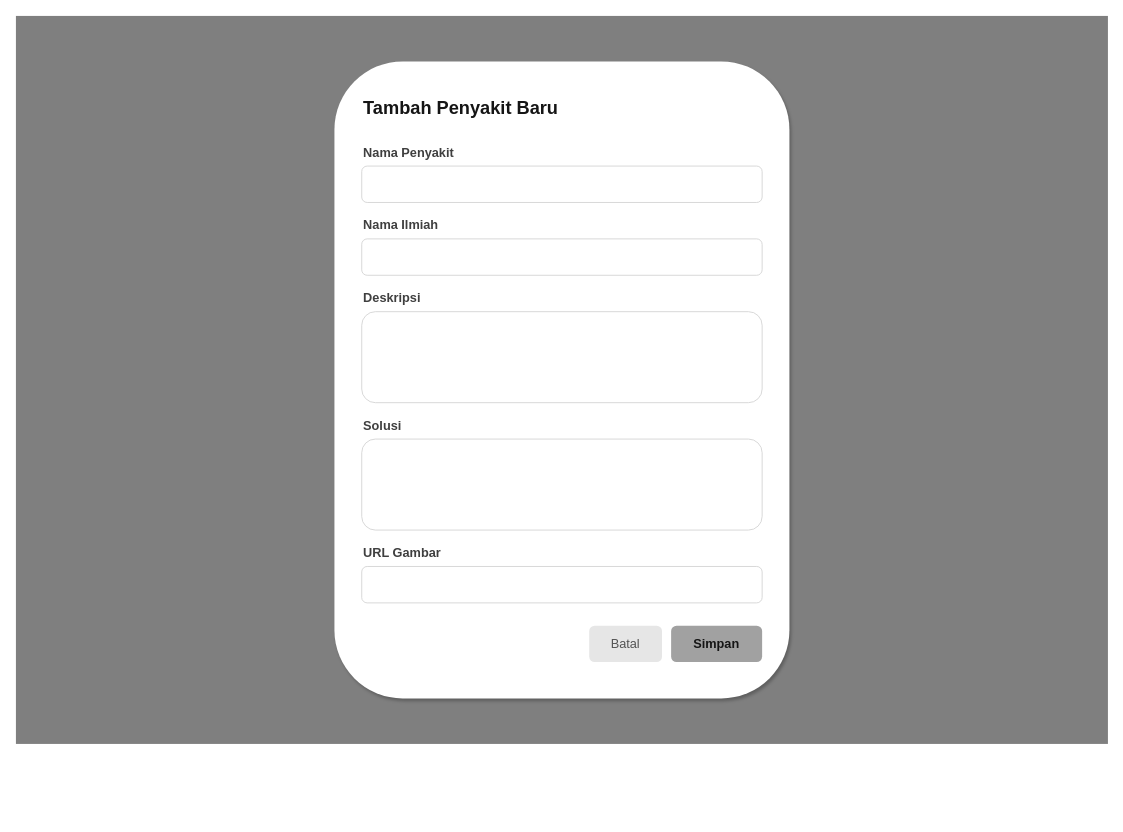
RajaSunrise/kangkungku keeps this draw.io diagram as diagram/desain_backup/admin-tambah-penyakit.drawio. Above is the earlier version. Source tidied: cells renumbered, new cells numbered last; positions are measured from the earlier drawing's top-left corner, leaving out a move shared by most shapes. Both pictures are drawn from the tidied source at 91%, with x=0, y=0 at pixel (15, 15).
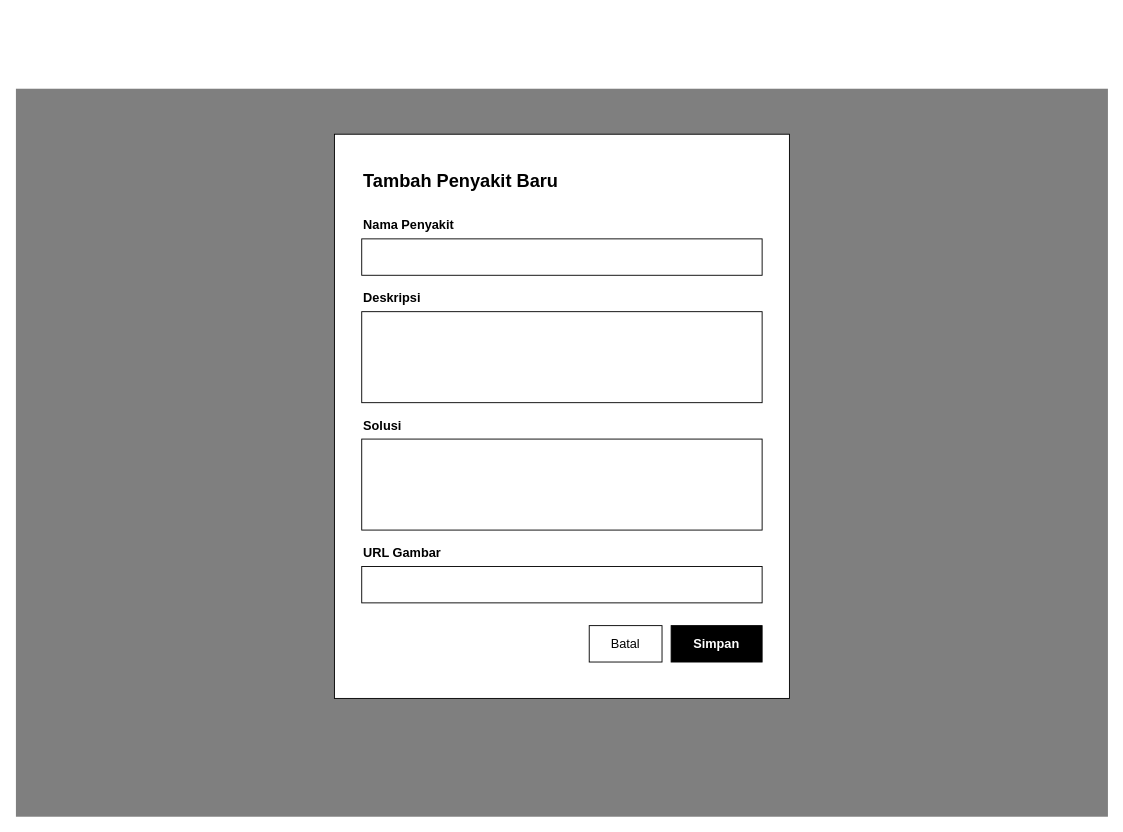
The same page after the edit.

Diff of the diagram source:
```diff
@@
 <mxGraphModel>
   <root>
     <mxCell id="0" />
     <mxCell id="1" parent="0" />
     <mxCell id="2" style="rounded=0;whiteSpace=wrap;html=1;fillColor=#000000;fillOpacity=50;strokeColor=none;" parent="1" vertex="1">
-      <mxGeometry width="1200" height="800" as="geometry" />
+      <mxGeometry y="80" width="1200" height="800" as="geometry" />
     </mxCell>
-    <mxCell id="3" style="rounded=1;whiteSpace=wrap;html=1;fillColor=#FFFFFF;strokeColor=none;shadow=1;" parent="1" vertex="1">
-      <mxGeometry x="350" y="50" width="500" height="700" as="geometry" />
+    <mxCell id="3" style="rounded=0;whiteSpace=wrap;html=1;fillColor=#FFFFFF;strokeColor=#000000;" parent="1" vertex="1">
+      <mxGeometry x="350" y="130" width="500" height="620" as="geometry" />
     </mxCell>
-    <mxCell id="4" value="Tambah Penyakit Baru" style="text;html=1;strokeColor=none;fillColor=none;align=left;verticalAlign=middle;whiteSpace=wrap;rounded=0;fontColor=#151515;fontSize=20;fontStyle=1;" parent="1" vertex="1">
-      <mxGeometry x="380" y="80" width="300" height="40" as="geometry" />
+    <mxCell id="4" value="Tambah Penyakit Baru" style="text;html=1;strokeColor=none;fillColor=none;align=left;verticalAlign=middle;whiteSpace=wrap;rounded=0;fontColor=#000000;fontSize=20;fontStyle=1;" parent="1" vertex="1">
+      <mxGeometry x="380" y="160" width="300" height="40" as="geometry" />
     </mxCell>
-    <mxCell id="5" value="Nama Penyakit" style="text;html=1;strokeColor=none;fillColor=none;align=left;verticalAlign=middle;whiteSpace=wrap;rounded=0;fontColor=#3F3F3F;fontSize=14;fontStyle=1;" parent="1" vertex="1">
-      <mxGeometry x="380" y="140" width="150" height="20" as="geometry" />
+    <mxCell id="5" value="Nama Penyakit" style="text;html=1;strokeColor=none;fillColor=none;align=left;verticalAlign=middle;whiteSpace=wrap;rounded=0;fontColor=#000000;fontSize=14;fontStyle=1;" parent="1" vertex="1">
+      <mxGeometry x="380" y="220" width="150" height="20" as="geometry" />
     </mxCell>
-    <mxCell id="6" style="rounded=1;whiteSpace=wrap;html=1;fillColor=#FFFFFF;strokeColor=#D4D4D4;" parent="1" vertex="1">
-      <mxGeometry x="380" y="165" width="440" height="40" as="geometry" />
+    <mxCell id="6" style="rounded=0;whiteSpace=wrap;html=1;fillColor=#FFFFFF;strokeColor=#000000;" parent="1" vertex="1">
+      <mxGeometry x="380" y="245" width="440" height="40" as="geometry" />
     </mxCell>
-    <mxCell id="7" value="Nama Ilmiah" style="text;html=1;strokeColor=none;fillColor=none;align=left;verticalAlign=middle;whiteSpace=wrap;rounded=0;fontColor=#3F3F3F;fontSize=14;fontStyle=1;" parent="1" vertex="1">
-      <mxGeometry x="380" y="220" width="150" height="20" as="geometry" />
-    </mxCell>
-    <mxCell id="8" style="rounded=1;whiteSpace=wrap;html=1;fillColor=#FFFFFF;strokeColor=#D4D4D4;" parent="1" vertex="1">
-      <mxGeometry x="380" y="245" width="440" height="40" as="geometry" />
-    </mxCell>
-    <mxCell id="9" value="Deskripsi" style="text;html=1;strokeColor=none;fillColor=none;align=left;verticalAlign=middle;whiteSpace=wrap;rounded=0;fontColor=#3F3F3F;fontSize=14;fontStyle=1;" parent="1" vertex="1">
+    <mxCell id="9" value="Deskripsi" style="text;html=1;strokeColor=none;fillColor=none;align=left;verticalAlign=middle;whiteSpace=wrap;rounded=0;fontColor=#000000;fontSize=14;fontStyle=1;" parent="1" vertex="1">
       <mxGeometry x="380" y="300" width="150" height="20" as="geometry" />
     </mxCell>
-    <mxCell id="10" style="rounded=1;whiteSpace=wrap;html=1;fillColor=#FFFFFF;strokeColor=#D4D4D4;" parent="1" vertex="1">
+    <mxCell id="10" style="rounded=0;whiteSpace=wrap;html=1;fillColor=#FFFFFF;strokeColor=#000000;" parent="1" vertex="1">
       <mxGeometry x="380" y="325" width="440" height="100" as="geometry" />
     </mxCell>
-    <mxCell id="11" value="Solusi" style="text;html=1;strokeColor=none;fillColor=none;align=left;verticalAlign=middle;whiteSpace=wrap;rounded=0;fontColor=#3F3F3F;fontSize=14;fontStyle=1;" parent="1" vertex="1">
+    <mxCell id="11" value="Solusi" style="text;html=1;strokeColor=none;fillColor=none;align=left;verticalAlign=middle;whiteSpace=wrap;rounded=0;fontColor=#000000;fontSize=14;fontStyle=1;" parent="1" vertex="1">
       <mxGeometry x="380" y="440" width="150" height="20" as="geometry" />
     </mxCell>
-    <mxCell id="12" style="rounded=1;whiteSpace=wrap;html=1;fillColor=#FFFFFF;strokeColor=#D4D4D4;" parent="1" vertex="1">
+    <mxCell id="12" style="rounded=0;whiteSpace=wrap;html=1;fillColor=#FFFFFF;strokeColor=#000000;" parent="1" vertex="1">
       <mxGeometry x="380" y="465" width="440" height="100" as="geometry" />
     </mxCell>
-    <mxCell id="13" value="URL Gambar" style="text;html=1;strokeColor=none;fillColor=none;align=left;verticalAlign=middle;whiteSpace=wrap;rounded=0;fontColor=#3F3F3F;fontSize=14;fontStyle=1;" parent="1" vertex="1">
+    <mxCell id="13" value="URL Gambar" style="text;html=1;strokeColor=none;fillColor=none;align=left;verticalAlign=middle;whiteSpace=wrap;rounded=0;fontColor=#000000;fontSize=14;fontStyle=1;" parent="1" vertex="1">
       <mxGeometry x="380" y="580" width="150" height="20" as="geometry" />
     </mxCell>
-    <mxCell id="14" style="rounded=1;whiteSpace=wrap;html=1;fillColor=#FFFFFF;strokeColor=#D4D4D4;" parent="1" vertex="1">
+    <mxCell id="14" style="rounded=0;whiteSpace=wrap;html=1;fillColor=#FFFFFF;strokeColor=#000000;" parent="1" vertex="1">
       <mxGeometry x="380" y="605" width="440" height="40" as="geometry" />
     </mxCell>
-    <mxCell id="15" value="Batal" style="rounded=1;whiteSpace=wrap;html=1;fillColor=#E6E6E6;strokeColor=none;fontColor=#535353;fontSize=14;" parent="1" vertex="1">
+    <mxCell id="15" value="Batal" style="rounded=0;whiteSpace=wrap;html=1;fillColor=#FFFFFF;strokeColor=#000000;fontColor=#000000;fontSize=14;" parent="1" vertex="1">
       <mxGeometry x="630" y="670" width="80" height="40" as="geometry" />
     </mxCell>
-    <mxCell id="16" value="Simpan" style="rounded=1;whiteSpace=wrap;html=1;fillColor=#A1A1A1;strokeColor=none;fontColor=#151515;fontStyle=1;fontSize=14;" parent="1" vertex="1">
+    <mxCell id="16" value="Simpan" style="rounded=0;whiteSpace=wrap;html=1;fillColor=#000000;strokeColor=#000000;fontColor=#FFFFFF;fontStyle=1;fontSize=14;" parent="1" vertex="1">
       <mxGeometry x="720" y="670" width="100" height="40" as="geometry" />
     </mxCell>
   </root>
 </mxGraphModel>
```
